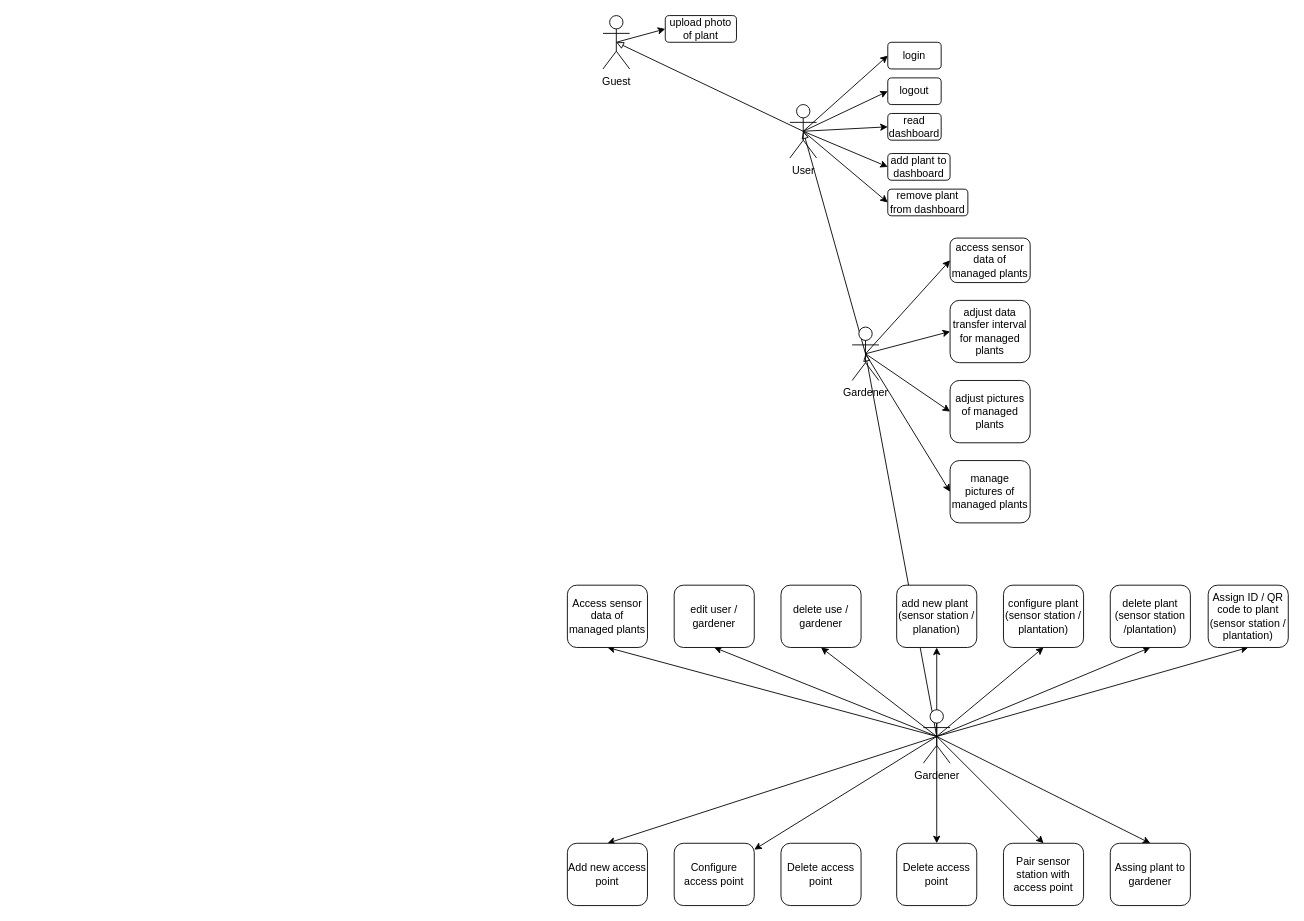
The draw.io diagram Diagrams/use-case-diagram.drawio in FabioPlunser/SWE, before the edit. Source tidied: cells renumbered, new cells numbered last; positions are measured from the earlier drawing's top-left corner, leaving out a move shared by most shapes. Both pictures are drawn from the tidied source at 89%, with x=0, y=0 at pixel (567, 15).
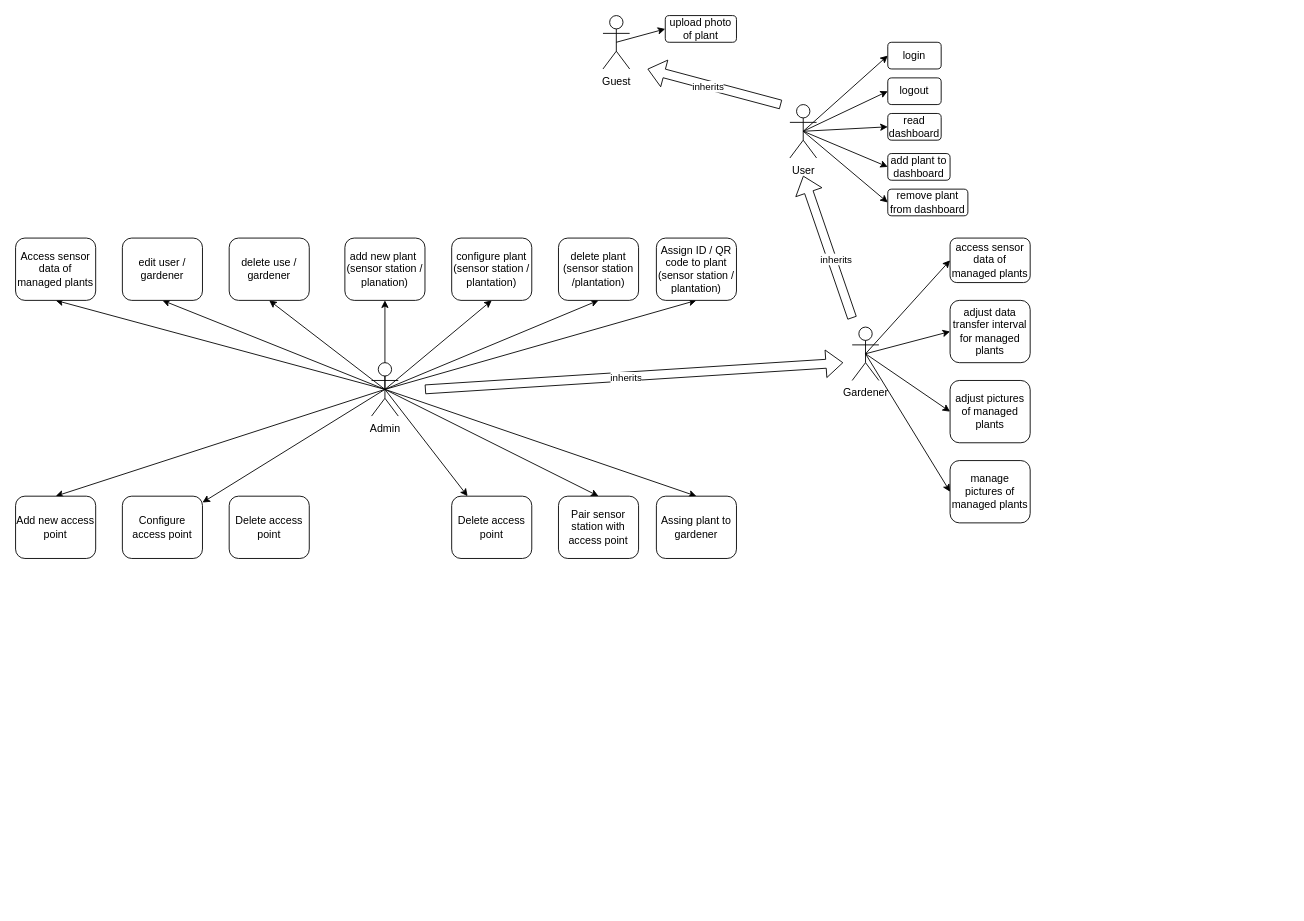
The same page after the edit.

Commit message (it also covers changes not shown here):
Fixed Inheritance and Admin Name in Use Case Diagram

Unchanged cells that the change refers to:
```xml
<mxCell id="8" value="User&lt;br&gt;" style="shape=umlActor;verticalLabelPosition=bottom;verticalAlign=top;html=1;outlineConnect=0;" parent="1" vertex="1">
  <mxGeometry x="250" y="100" width="30" height="60" as="geometry" />
</mxCell>
<mxCell id="19" value="Gardener" style="shape=umlActor;verticalLabelPosition=bottom;verticalAlign=top;html=1;outlineConnect=0;align=center;" parent="1" vertex="1">
  <mxGeometry x="320" y="350" width="30" height="60" as="geometry" />
</mxCell>
<mxCell id="52" value="Guest" style="shape=umlActor;verticalLabelPosition=bottom;verticalAlign=top;html=1;outlineConnect=0;" parent="1" vertex="1">
  <mxGeometry x="40" width="30" height="60" as="geometry" />
</mxCell>
```

The edit, as a diff of the source:
```diff
@@
-    <mxCell id="7" style="rounded=0;jettySize=auto;html=1;exitX=0.5;exitY=0.5;exitDx=0;exitDy=0;exitPerimeter=0;entryX=0.5;entryY=0.5;entryDx=0;entryDy=0;entryPerimeter=0;endArrow=block;endFill=0;" parent="1" edge="1" source="8" target="52">
-      <mxGeometry relative="1" as="geometry" />
+    <mxCell id="7" style="rounded=0;orthogonalLoop=1;jettySize=auto;html=1;endArrow=block;endFill=0;shape=flexArrow;" parent="1" edge="1">
+      <mxGeometry relative="1" as="geometry">
+        <mxPoint x="240" y="100" as="sourcePoint" />
+        <mxPoint x="90" y="60" as="targetPoint" />
+      </mxGeometry>
     </mxCell>
+    <mxCell id="54" value="inherits" style="edgeLabel;html=1;align=center;verticalAlign=middle;" parent="7" vertex="1">
+      <mxGeometry x="0.1" y="1" relative="1" as="geometry" />
+    </mxCell>
@@
-    <mxCell id="11" value="read dashboard" style="rounded=1;whiteSpace=wrap;html=1;" parent="1" vertex="1">
+    <mxCell id="11" value="read&lt;br&gt;dashboard" style="rounded=1;whiteSpace=wrap;html=1;" parent="1" vertex="1">
       <mxGeometry x="360" y="110" width="60" height="30" as="geometry" />
     </mxCell>
@@
-    <mxCell id="18" style="rounded=0;jettySize=auto;html=1;exitX=0.5;exitY=0.5;exitDx=0;exitDy=0;exitPerimeter=0;entryX=0.5;entryY=0.5;entryDx=0;entryDy=0;entryPerimeter=0;endArrow=block;endFill=0;" parent="1" edge="1" source="19" target="8">
-      <mxGeometry relative="1" as="geometry" />
+    <mxCell id="18" style="rounded=0;orthogonalLoop=1;jettySize=auto;html=1;endArrow=block;endFill=0;shape=flexArrow;" parent="1" edge="1">
+      <mxGeometry relative="1" as="geometry">
+        <mxPoint x="320" y="340" as="sourcePoint" />
+        <mxPoint x="265" y="180" as="targetPoint" />
+      </mxGeometry>
     </mxCell>
+    <mxCell id="55" value="inherits" style="edgeLabel;html=1;align=center;verticalAlign=middle;" parent="18" vertex="1">
+      <mxGeometry x="-0.19" y="-4" relative="1" as="geometry" />
+    </mxCell>
@@
-    <mxCell id="36" style="rounded=0;jettySize=auto;html=1;exitX=0.5;exitY=0.5;exitDx=0;exitDy=0;exitPerimeter=0;entryX=0.5;entryY=0.5;entryDx=0;entryDy=0;entryPerimeter=0;endArrow=block;endFill=0;" parent="1" edge="1" source="37" target="19">
-      <mxGeometry relative="1" as="geometry" />
+    <mxCell id="36" style="rounded=0;orthogonalLoop=1;jettySize=auto;html=1;endArrow=block;endFill=0;strokeColor=default;shape=flexArrow;" parent="1" edge="1">
+      <mxGeometry relative="1" as="geometry">
+        <mxPoint x="-160" y="420" as="sourcePoint" />
+        <mxPoint x="310" y="390" as="targetPoint" />
+      </mxGeometry>
     </mxCell>
+    <mxCell id="56" value="inherits" style="edgeLabel;html=1;align=center;verticalAlign=middle;" parent="36" vertex="1">
+      <mxGeometry x="-0.04" y="-1" relative="1" as="geometry" />
+    </mxCell>
-    <mxCell id="37" value="Gardener" style="shape=umlActor;verticalLabelPosition=bottom;verticalAlign=top;html=1;outlineConnect=0;" parent="1" vertex="1">
-      <mxGeometry x="400" y="780" width="30" height="60" as="geometry" />
+    <mxCell id="37" value="Admin" style="shape=umlActor;verticalLabelPosition=bottom;verticalAlign=top;html=1;outlineConnect=0;" parent="1" vertex="1">
+      <mxGeometry x="-220" y="390" width="30" height="60" as="geometry" />
     </mxCell>
     <mxCell id="38" value="Access sensor data of managed plants" style="rounded=1;whiteSpace=wrap;html=1;" parent="1" vertex="1">
-      <mxGeometry y="640" width="90" height="70" as="geometry" />
+      <mxGeometry x="-620" y="250" width="90" height="70" as="geometry" />
     </mxCell>
     <mxCell id="39" value="edit user / gardener" style="rounded=1;whiteSpace=wrap;html=1;" parent="1" vertex="1">
-      <mxGeometry x="120" y="640" width="90" height="70" as="geometry" />
+      <mxGeometry x="-500" y="250" width="90" height="70" as="geometry" />
     </mxCell>
     <mxCell id="40" value="delete use / gardener" style="rounded=1;whiteSpace=wrap;html=1;" parent="1" vertex="1">
-      <mxGeometry x="240" y="640" width="90" height="70" as="geometry" />
+      <mxGeometry x="-380" y="250" width="90" height="70" as="geometry" />
     </mxCell>
     <mxCell id="41" value="add new plant&amp;nbsp;&lt;br&gt;(sensor station / planation)" style="rounded=1;whiteSpace=wrap;html=1;" parent="1" vertex="1">
-      <mxGeometry x="370" y="640" width="90" height="70" as="geometry" />
+      <mxGeometry x="-250" y="250" width="90" height="70" as="geometry" />
     </mxCell>
     <mxCell id="42" value="configure plant&lt;br&gt;(sensor station / plantation)" style="rounded=1;whiteSpace=wrap;html=1;" parent="1" vertex="1">
-      <mxGeometry x="490" y="640" width="90" height="70" as="geometry" />
+      <mxGeometry x="-130" y="250" width="90" height="70" as="geometry" />
     </mxCell>
     <mxCell id="43" value="delete plant (sensor station /plantation)" style="rounded=1;whiteSpace=wrap;html=1;" parent="1" vertex="1">
-      <mxGeometry x="610" y="640" width="90" height="70" as="geometry" />
+      <mxGeometry x="-10" y="250" width="90" height="70" as="geometry" />
     </mxCell>
     <mxCell id="44" value="Assign ID / QR code to plant (sensor station / plantation)" style="rounded=1;whiteSpace=wrap;html=1;" parent="1" vertex="1">
-      <mxGeometry x="720" y="640" width="90" height="70" as="geometry" />
+      <mxGeometry x="100" y="250" width="90" height="70" as="geometry" />
     </mxCell>
     <mxCell id="45" value="Add new access point" style="rounded=1;whiteSpace=wrap;html=1;" parent="1" vertex="1">
-      <mxGeometry y="930" width="90" height="70" as="geometry" />
+      <mxGeometry x="-620" y="540" width="90" height="70" as="geometry" />
     </mxCell>
     <mxCell id="46" value="Configure access point" style="rounded=1;whiteSpace=wrap;html=1;" parent="1" vertex="1">
-      <mxGeometry x="120" y="930" width="90" height="70" as="geometry" />
+      <mxGeometry x="-500" y="540" width="90" height="70" as="geometry" />
     </mxCell>
     <mxCell id="47" value="Delete access point" style="rounded=1;whiteSpace=wrap;html=1;" parent="1" vertex="1">
-      <mxGeometry x="240" y="930" width="90" height="70" as="geometry" />
+      <mxGeometry x="-380" y="540" width="90" height="70" as="geometry" />
     </mxCell>
     <mxCell id="48" value="Delete access point" style="rounded=1;whiteSpace=wrap;html=1;" parent="1" vertex="1">
-      <mxGeometry x="370" y="930" width="90" height="70" as="geometry" />
+      <mxGeometry x="-130" y="540" width="90" height="70" as="geometry" />
     </mxCell>
     <mxCell id="49" value="Pair sensor station with access point" style="rounded=1;whiteSpace=wrap;html=1;" parent="1" vertex="1">
-      <mxGeometry x="490" y="930" width="90" height="70" as="geometry" />
+      <mxGeometry x="-10" y="540" width="90" height="70" as="geometry" />
     </mxCell>
     <mxCell id="50" value="Assing plant to gardener" style="rounded=1;whiteSpace=wrap;html=1;" parent="1" vertex="1">
-      <mxGeometry x="610" y="930" width="90" height="70" as="geometry" />
+      <mxGeometry x="100" y="540" width="90" height="70" as="geometry" />
     </mxCell>
```
